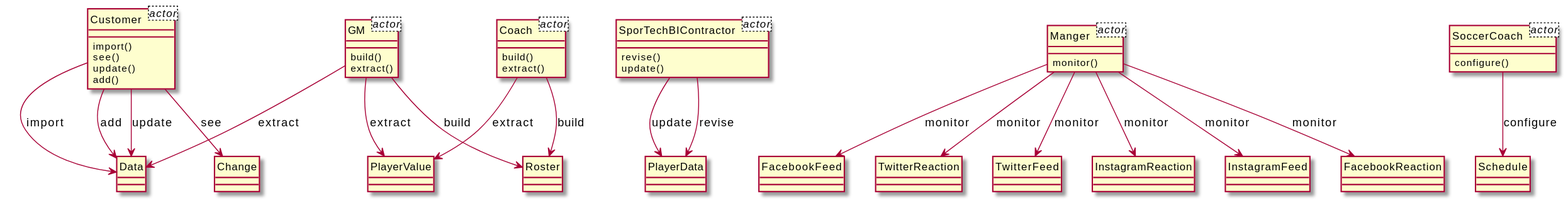
Above: output/diagram_5/2014-USC-Project02.svg in xixixhalu/DomainModelExtractor (PlantUML), before the change.
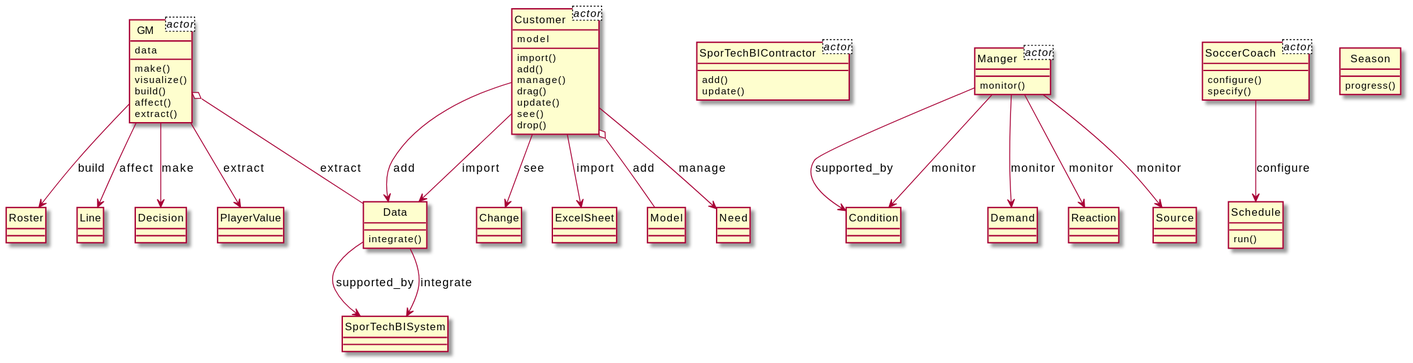
The same diagram one commit later.

Diff of the diagram source:
```diff
@@ -1,81 +1,96 @@
 @startuml
 hide circle
 class GM<actor> {
-}
-class Coach<actor> {
+	data
 }
 class SporTechBIContractor<actor> {
 }
 class Manger<actor> {
 }
 class Customer<actor> {
+	model
 }
 class SoccerCoach<actor> {
+}
+class GM {
+	make()
+	visualize()
+	build()
+	affect()
+	extract()
+}
+class Season {
+	progress()
+}
+class Customer {
+	import()
+	add()
+	manage()
+	drag()
+	update()
+	see()
+	drop()
+}
+class Schedule {
+	run()
+}
+class Roster {
 }
 class Manger {
 	monitor()
 }
-class FacebookFeed {
+class Condition {
 }
-class Customer {
-	import()
-	see()
-	update()
-	add()
-}
-class Data {
-}
-class Coach {
-	build()
-	extract()
-}
-class Roster {
-}
-class TwitterReaction {
-}
-class GM {
-	build()
-	extract()
+class Change {
 }
 class SoccerCoach {
 	configure()
+	specify()
 }
-class Schedule {
+class Data {
+	integrate()
 }
-class TwitterFeed {
+class Demand {
+}
+class Line {
+}
+class ExcelSheet {
+}
+class Model {
+}
+class Decision {
+}
+class SporTechBISystem {
+}
+class SporTechBIContractor {
+	add()
+	update()
+}
+class Reaction {
 }
 class PlayerValue {
 }
-class InstagramReaction {
+class Need {
 }
-class InstagramFeed {
+class Source {
 }
-class Change {
-}
-class SporTechBIContractor {
-	revise()
-	update()
-}
-class PlayerData {
-}
-class FacebookReaction {
-}
+Manger --> Condition : supported_by
+GM --> PlayerValue : extract
+Customer --> Change : see
 SoccerCoach --> Schedule : configure
-Manger --> TwitterReaction : monitor
+Customer --> Need : manage
+Manger --> Demand : monitor
+Manger --> Source : monitor
+Data --> SporTechBISystem : supported_by
+GM --> Line : affect
+Customer --> Data : add
+GM o-- Data : extract
+Customer --> ExcelSheet : import
+Customer o-- Model : add
+Manger --> Condition : monitor
+GM --> Decision : make
+Data --> SporTechBISystem : integrate
+Customer --> Data : import
+Manger --> Reaction : monitor
 GM --> Roster : build
-Customer --> Data : import
-SporTechBIContractor --> PlayerData : update
-Customer --> Change : see
-Coach --> PlayerValue : extract
-Manger --> TwitterFeed : monitor
-Manger --> InstagramFeed : monitor
-Manger --> FacebookReaction : monitor
-Manger --> FacebookFeed : monitor
-Customer --> Data : add
-GM --> Data : extract
-Coach --> Roster : build
-Customer --> Data : update
-GM --> PlayerValue : extract
-SporTechBIContractor --> PlayerData : revise
-Manger --> InstagramReaction : monitor
 @enduml
```
